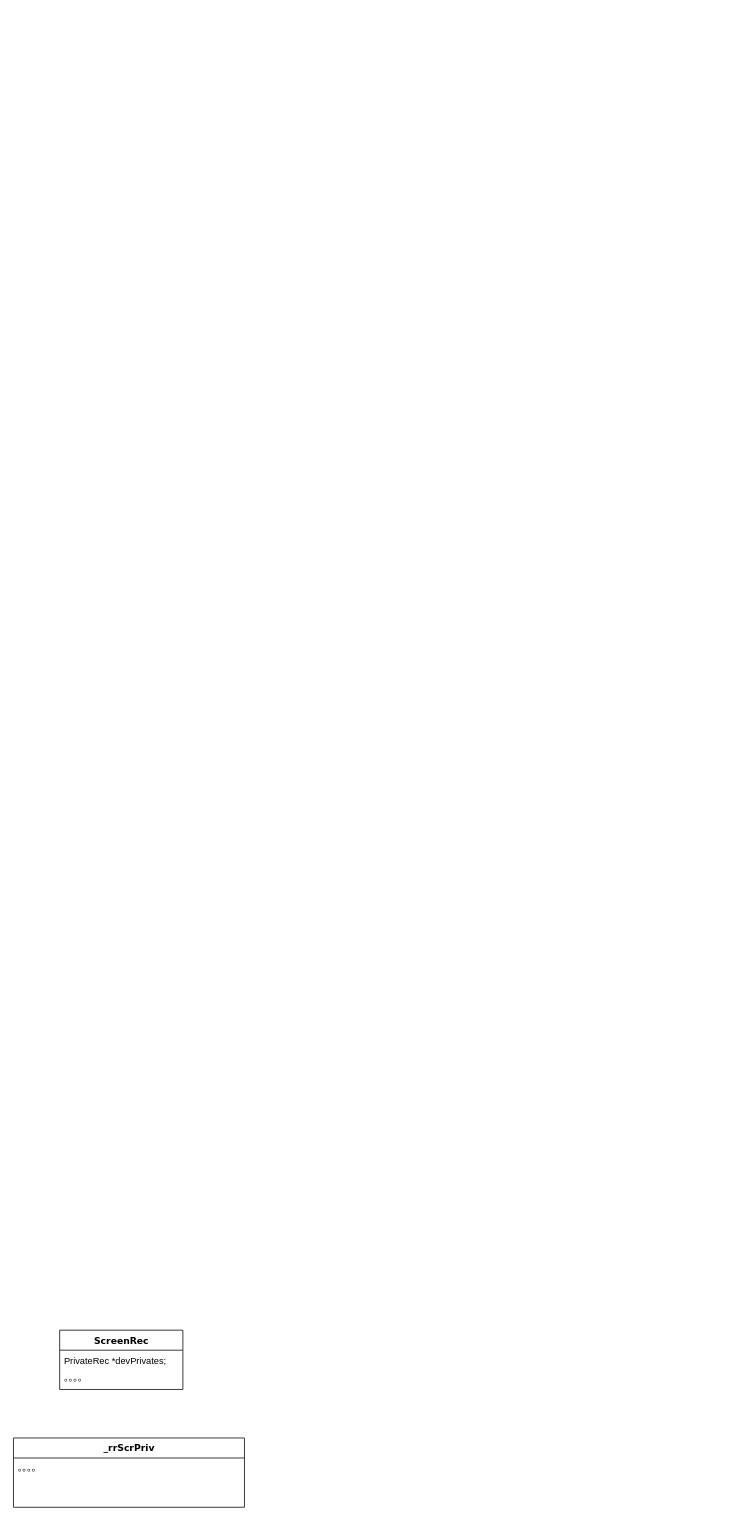
Earlier version of the draw.io diagram 未命名绘图.drawio (huxd1532/note). Source tidied: cells renumbered, new cells numbered last; positions are measured from the earlier drawing's top-left corner, leaving out a move shared by most shapes. Both pictures are drawn from the tidied source at 77%, with x=0, y=0 at pixel (13, 1330).
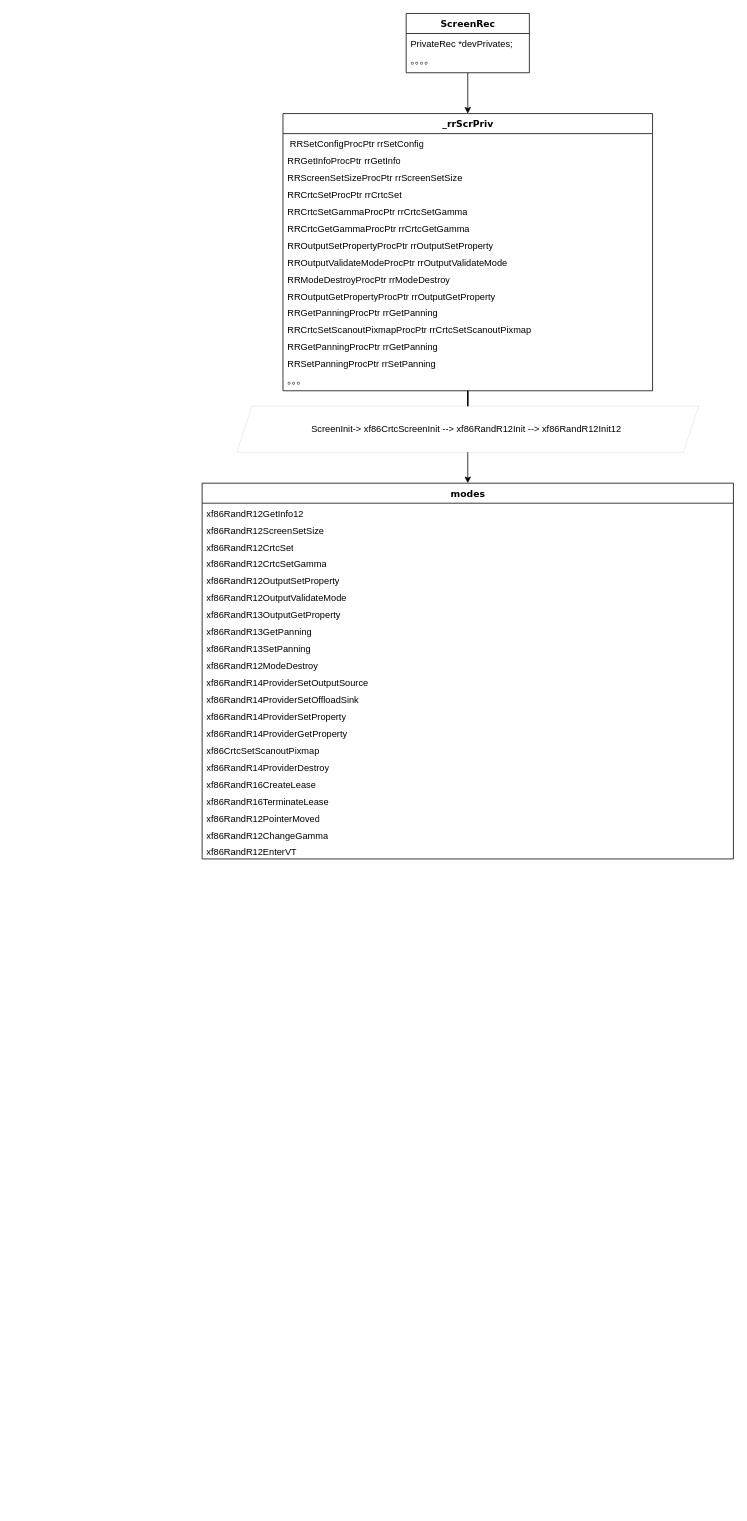
Above is the later version.

Commit message:
更新未命名绘图.drawio

Diff of the diagram source:
```diff
@@
+    <mxCell id="7" style="edgeStyle=orthogonalEdgeStyle;rounded=0;jettySize=auto;html=1;" parent="1" edge="1" source="2" target="5">
+      <mxGeometry relative="1" as="geometry" />
+    </mxCell>
     <mxCell id="2" value="ScreenRec" style="swimlane;html=1;fontStyle=1;align=center;verticalAlign=top;horizontal=1;startSize=26;swimlaneFillColor=#ffffff;rounded=0;shadow=0;comic=0;labelBackgroundColor=none;strokeWidth=1;fillColor=none;fontFamily=Verdana;fontSize=12;" parent="1" vertex="1">
-      <mxGeometry x="60" width="160" height="77" as="geometry" />
+      <mxGeometry x="510" y="-1710" width="160" height="77" as="geometry" />
     </mxCell>
@@
+    <mxCell id="8" style="edgeStyle=orthogonalEdgeStyle;rounded=0;jettySize=auto;html=1;" parent="1" edge="1" source="5" target="26">
+      <mxGeometry relative="1" as="geometry" />
+    </mxCell>
     <mxCell id="5" value="_rrScrPriv" style="swimlane;html=1;fontStyle=1;align=center;verticalAlign=top;horizontal=1;startSize=26;swimlaneFillColor=#ffffff;rounded=0;shadow=0;comic=0;labelBackgroundColor=none;strokeWidth=1;fillColor=none;fontFamily=Verdana;fontSize=12;" parent="1" vertex="1">
-      <mxGeometry y="140" width="300" height="90" as="geometry" />
+      <mxGeometry x="350" y="-1580" width="480" height="360" as="geometry" />
     </mxCell>
-    <mxCell id="6" value="。。。。" style="text;html=1;strokeColor=none;fillColor=none;align=left;verticalAlign=top;spacingLeft=4;spacingRight=4;whiteSpace=wrap;overflow=hidden;" parent="5" vertex="1">
-      <mxGeometry y="26" width="300" height="42" as="geometry" />
-    </mxCell>
+    <mxCell id="9" value="&amp;nbsp;RRSetConfigProcPtr rrSetConfig" style="text;html=1;strokeColor=none;fillColor=none;align=left;verticalAlign=top;spacingLeft=4;spacingRight=4;whiteSpace=wrap;overflow=hidden;" parent="5" vertex="1">
+      <mxGeometry y="26" width="480" height="22" as="geometry" />
+    </mxCell>
+    <mxCell id="10" value="RRGetInfoProcPtr rrGetInfo" style="text;html=1;strokeColor=none;fillColor=none;align=left;verticalAlign=top;spacingLeft=4;spacingRight=4;whiteSpace=wrap;overflow=hidden;" parent="5" vertex="1">
+      <mxGeometry y="48" width="480" height="22" as="geometry" />
+    </mxCell>
+    <mxCell id="11" value="RRScreenSetSizeProcPtr rrScreenSetSize" style="text;html=1;strokeColor=none;fillColor=none;align=left;verticalAlign=top;spacingLeft=4;spacingRight=4;whiteSpace=wrap;overflow=hidden;" parent="5" vertex="1">
+      <mxGeometry y="70" width="480" height="22" as="geometry" />
+    </mxCell>
+    <mxCell id="12" value="RRCrtcSetProcPtr rrCrtcSet" style="text;html=1;strokeColor=none;fillColor=none;align=left;verticalAlign=top;spacingLeft=4;spacingRight=4;whiteSpace=wrap;overflow=hidden;" parent="5" vertex="1">
+      <mxGeometry y="92" width="480" height="22" as="geometry" />
+    </mxCell>
+    <mxCell id="13" value="RRCrtcSetGammaProcPtr rrCrtcSetGamma" style="text;html=1;strokeColor=none;fillColor=none;align=left;verticalAlign=top;spacingLeft=4;spacingRight=4;whiteSpace=wrap;overflow=hidden;" parent="5" vertex="1">
+      <mxGeometry y="114" width="480" height="22" as="geometry" />
+    </mxCell>
+    <mxCell id="14" value="RRCrtcGetGammaProcPtr rrCrtcGetGamma" style="text;html=1;strokeColor=none;fillColor=none;align=left;verticalAlign=top;spacingLeft=4;spacingRight=4;whiteSpace=wrap;overflow=hidden;" parent="5" vertex="1">
+      <mxGeometry y="136" width="480" height="22" as="geometry" />
+    </mxCell>
+    <mxCell id="15" value="RROutputSetPropertyProcPtr rrOutputSetProperty" style="text;html=1;strokeColor=none;fillColor=none;align=left;verticalAlign=top;spacingLeft=4;spacingRight=4;whiteSpace=wrap;overflow=hidden;" parent="5" vertex="1">
+      <mxGeometry y="158" width="480" height="22" as="geometry" />
+    </mxCell>
+    <mxCell id="16" value="RROutputValidateModeProcPtr rrOutputValidateMode" style="text;html=1;strokeColor=none;fillColor=none;align=left;verticalAlign=top;spacingLeft=4;spacingRight=4;whiteSpace=wrap;overflow=hidden;" parent="5" vertex="1">
+      <mxGeometry y="180" width="480" height="22" as="geometry" />
+    </mxCell>
+    <mxCell id="17" value="RRModeDestroyProcPtr rrModeDestroy" style="text;html=1;strokeColor=none;fillColor=none;align=left;verticalAlign=top;spacingLeft=4;spacingRight=4;whiteSpace=wrap;overflow=hidden;" parent="5" vertex="1">
+      <mxGeometry y="202" width="480" height="22" as="geometry" />
+    </mxCell>
+    <mxCell id="18" value="RROutputGetPropertyProcPtr rrOutputGetProperty" style="text;html=1;strokeColor=none;fillColor=none;align=left;verticalAlign=top;spacingLeft=4;spacingRight=4;whiteSpace=wrap;overflow=hidden;" parent="5" vertex="1">
+      <mxGeometry y="224" width="480" height="22" as="geometry" />
+    </mxCell>
+    <mxCell id="19" value="RRGetPanningProcPtr rrGetPanning" style="text;html=1;strokeColor=none;fillColor=none;align=left;verticalAlign=top;spacingLeft=4;spacingRight=4;whiteSpace=wrap;overflow=hidden;" parent="5" vertex="1">
+      <mxGeometry y="246" width="480" height="22" as="geometry" />
+    </mxCell>
+    <mxCell id="20" value="RRCrtcSetScanoutPixmapProcPtr rrCrtcSetScanoutPixmap" style="text;html=1;strokeColor=none;fillColor=none;align=left;verticalAlign=top;spacingLeft=4;spacingRight=4;whiteSpace=wrap;overflow=hidden;" parent="5" vertex="1">
+      <mxGeometry y="268" width="480" height="22" as="geometry" />
+    </mxCell>
+    <mxCell id="21" value="RRGetPanningProcPtr rrGetPanning" style="text;html=1;strokeColor=none;fillColor=none;align=left;verticalAlign=top;spacingLeft=4;spacingRight=4;whiteSpace=wrap;overflow=hidden;" parent="5" vertex="1">
+      <mxGeometry y="290" width="480" height="22" as="geometry" />
+    </mxCell>
+    <mxCell id="22" value="RRSetPanningProcPtr rrSetPanning" style="text;html=1;strokeColor=none;fillColor=none;align=left;verticalAlign=top;spacingLeft=4;spacingRight=4;whiteSpace=wrap;overflow=hidden;" parent="5" vertex="1">
+      <mxGeometry y="312" width="480" height="22" as="geometry" />
+    </mxCell>
+    <mxCell id="23" value="。。。" style="text;html=1;strokeColor=none;fillColor=none;align=left;verticalAlign=top;spacingLeft=4;spacingRight=4;whiteSpace=wrap;overflow=hidden;" parent="5" vertex="1">
+      <mxGeometry y="334" width="480" height="22" as="geometry" />
+    </mxCell>
+    <mxCell id="24" value="ScreenInit-&amp;gt; xf86CrtcScreenInit --&amp;gt; xf86RandR12Init --&amp;gt; xf86RandR12Init12&amp;nbsp;" style="shape=parallelogram;perimeter=parallelogramPerimeter;whiteSpace=wrap;html=1;fixedSize=1;dashed=1;strokeWidth=0;" parent="1" vertex="1">
+      <mxGeometry x="290" y="-1200" width="600" height="60" as="geometry" />
+    </mxCell>
+    <mxCell id="25" style="edgeStyle=orthogonalEdgeStyle;rounded=0;jettySize=auto;html=1;endArrow=none;" parent="1" edge="1" source="5" target="24">
+      <mxGeometry relative="1" as="geometry" />
+    </mxCell>
+    <mxCell id="26" value="modes" style="swimlane;html=1;fontStyle=1;align=center;verticalAlign=top;horizontal=1;startSize=26;swimlaneFillColor=#ffffff;rounded=0;shadow=0;comic=0;labelBackgroundColor=none;strokeWidth=1;fillColor=none;fontFamily=Verdana;fontSize=12;" parent="1" vertex="1">
+      <mxGeometry x="245" y="-1100" width="690" height="488" as="geometry" />
+    </mxCell>
+    <mxCell id="27" value="xf86RandR12GetInfo12" style="text;html=1;strokeColor=none;fillColor=none;align=left;verticalAlign=top;spacingLeft=4;spacingRight=4;whiteSpace=wrap;overflow=hidden;" parent="26" vertex="1">
+      <mxGeometry y="26" width="690" height="22" as="geometry" />
+    </mxCell>
+    <mxCell id="28" value="xf86RandR12ScreenSetSize" style="text;html=1;strokeColor=none;fillColor=none;align=left;verticalAlign=top;spacingLeft=4;spacingRight=4;whiteSpace=wrap;overflow=hidden;" parent="26" vertex="1">
+      <mxGeometry y="48" width="690" height="22" as="geometry" />
+    </mxCell>
+    <mxCell id="29" value="xf86RandR12CrtcSet" style="text;html=1;strokeColor=none;fillColor=none;align=left;verticalAlign=top;spacingLeft=4;spacingRight=4;whiteSpace=wrap;overflow=hidden;" parent="26" vertex="1">
+      <mxGeometry y="70" width="690" height="22" as="geometry" />
+    </mxCell>
+    <mxCell id="30" value="xf86RandR12CrtcSetGamma" style="text;html=1;strokeColor=none;fillColor=none;align=left;verticalAlign=top;spacingLeft=4;spacingRight=4;whiteSpace=wrap;overflow=hidden;" parent="26" vertex="1">
+      <mxGeometry y="92" width="690" height="22" as="geometry" />
+    </mxCell>
+    <mxCell id="31" value="xf86RandR12OutputSetProperty" style="text;html=1;strokeColor=none;fillColor=none;align=left;verticalAlign=top;spacingLeft=4;spacingRight=4;whiteSpace=wrap;overflow=hidden;" parent="26" vertex="1">
+      <mxGeometry y="114" width="690" height="22" as="geometry" />
+    </mxCell>
+    <mxCell id="32" value="xf86RandR12OutputValidateMode" style="text;html=1;strokeColor=none;fillColor=none;align=left;verticalAlign=top;spacingLeft=4;spacingRight=4;whiteSpace=wrap;overflow=hidden;" parent="26" vertex="1">
+      <mxGeometry y="136" width="690" height="22" as="geometry" />
+    </mxCell>
+    <mxCell id="33" value="xf86RandR13OutputGetProperty" style="text;html=1;strokeColor=none;fillColor=none;align=left;verticalAlign=top;spacingLeft=4;spacingRight=4;whiteSpace=wrap;overflow=hidden;" parent="26" vertex="1">
+      <mxGeometry y="158" width="690" height="22" as="geometry" />
+    </mxCell>
+    <mxCell id="34" value="xf86RandR13GetPanning" style="text;html=1;strokeColor=none;fillColor=none;align=left;verticalAlign=top;spacingLeft=4;spacingRight=4;whiteSpace=wrap;overflow=hidden;" parent="26" vertex="1">
+      <mxGeometry y="180" width="690" height="22" as="geometry" />
+    </mxCell>
+    <mxCell id="35" value="xf86RandR13SetPanning" style="text;html=1;strokeColor=none;fillColor=none;align=left;verticalAlign=top;spacingLeft=4;spacingRight=4;whiteSpace=wrap;overflow=hidden;" parent="26" vertex="1">
+      <mxGeometry y="202" width="690" height="22" as="geometry" />
+    </mxCell>
+    <mxCell id="36" value="xf86RandR12ModeDestroy" style="text;html=1;strokeColor=none;fillColor=none;align=left;verticalAlign=top;spacingLeft=4;spacingRight=4;whiteSpace=wrap;overflow=hidden;" parent="26" vertex="1">
+      <mxGeometry y="224" width="690" height="22" as="geometry" />
+    </mxCell>
+    <mxCell id="37" value="xf86RandR14ProviderSetOutputSource" style="text;html=1;strokeColor=none;fillColor=none;align=left;verticalAlign=top;spacingLeft=4;spacingRight=4;whiteSpace=wrap;overflow=hidden;" parent="26" vertex="1">
+      <mxGeometry y="246" width="690" height="22" as="geometry" />
+    </mxCell>
+    <mxCell id="38" value="xf86RandR14ProviderSetOffloadSink" style="text;html=1;strokeColor=none;fillColor=none;align=left;verticalAlign=top;spacingLeft=4;spacingRight=4;whiteSpace=wrap;overflow=hidden;" parent="26" vertex="1">
+      <mxGeometry y="268" width="690" height="22" as="geometry" />
+    </mxCell>
+    <mxCell id="39" value="xf86RandR14ProviderSetProperty" style="text;html=1;strokeColor=none;fillColor=none;align=left;verticalAlign=top;spacingLeft=4;spacingRight=4;whiteSpace=wrap;overflow=hidden;" parent="26" vertex="1">
+      <mxGeometry y="290" width="690" height="22" as="geometry" />
+    </mxCell>
+    <mxCell id="40" value="xf86RandR14ProviderGetProperty" style="text;html=1;strokeColor=none;fillColor=none;align=left;verticalAlign=top;spacingLeft=4;spacingRight=4;whiteSpace=wrap;overflow=hidden;" parent="26" vertex="1">
+      <mxGeometry y="312" width="690" height="22" as="geometry" />
+    </mxCell>
+    <mxCell id="41" value="xf86CrtcSetScanoutPixmap" style="text;html=1;strokeColor=none;fillColor=none;align=left;verticalAlign=top;spacingLeft=4;spacingRight=4;whiteSpace=wrap;overflow=hidden;" parent="26" vertex="1">
+      <mxGeometry y="334" width="690" height="22" as="geometry" />
+    </mxCell>
+    <mxCell id="42" value="xf86RandR14ProviderDestroy" style="text;html=1;strokeColor=none;fillColor=none;align=left;verticalAlign=top;spacingLeft=4;spacingRight=4;whiteSpace=wrap;overflow=hidden;" parent="26" vertex="1">
+      <mxGeometry y="356" width="690" height="22" as="geometry" />
+    </mxCell>
+    <mxCell id="43" value="xf86RandR16CreateLease" style="text;html=1;strokeColor=none;fillColor=none;align=left;verticalAlign=top;spacingLeft=4;spacingRight=4;whiteSpace=wrap;overflow=hidden;" parent="26" vertex="1">
+      <mxGeometry y="378" width="690" height="22" as="geometry" />
+    </mxCell>
+    <mxCell id="44" value="xf86RandR16TerminateLease" style="text;html=1;strokeColor=none;fillColor=none;align=left;verticalAlign=top;spacingLeft=4;spacingRight=4;whiteSpace=wrap;overflow=hidden;" parent="26" vertex="1">
+      <mxGeometry y="400" width="690" height="22" as="geometry" />
+    </mxCell>
+    <mxCell id="45" value="xf86RandR12PointerMoved" style="text;html=1;strokeColor=none;fillColor=none;align=left;verticalAlign=top;spacingLeft=4;spacingRight=4;whiteSpace=wrap;overflow=hidden;" parent="26" vertex="1">
+      <mxGeometry y="422" width="690" height="22" as="geometry" />
+    </mxCell>
+    <mxCell id="46" value="xf86RandR12ChangeGamma" style="text;html=1;strokeColor=none;fillColor=none;align=left;verticalAlign=top;spacingLeft=4;spacingRight=4;whiteSpace=wrap;overflow=hidden;" parent="26" vertex="1">
+      <mxGeometry y="444" width="690" height="22" as="geometry" />
+    </mxCell>
+    <mxCell id="47" value="xf86RandR12EnterVT" style="text;html=1;strokeColor=none;fillColor=none;align=left;verticalAlign=top;spacingLeft=4;spacingRight=4;whiteSpace=wrap;overflow=hidden;" parent="26" vertex="1">
+      <mxGeometry y="466" width="690" height="22" as="geometry" />
+    </mxCell>
```
